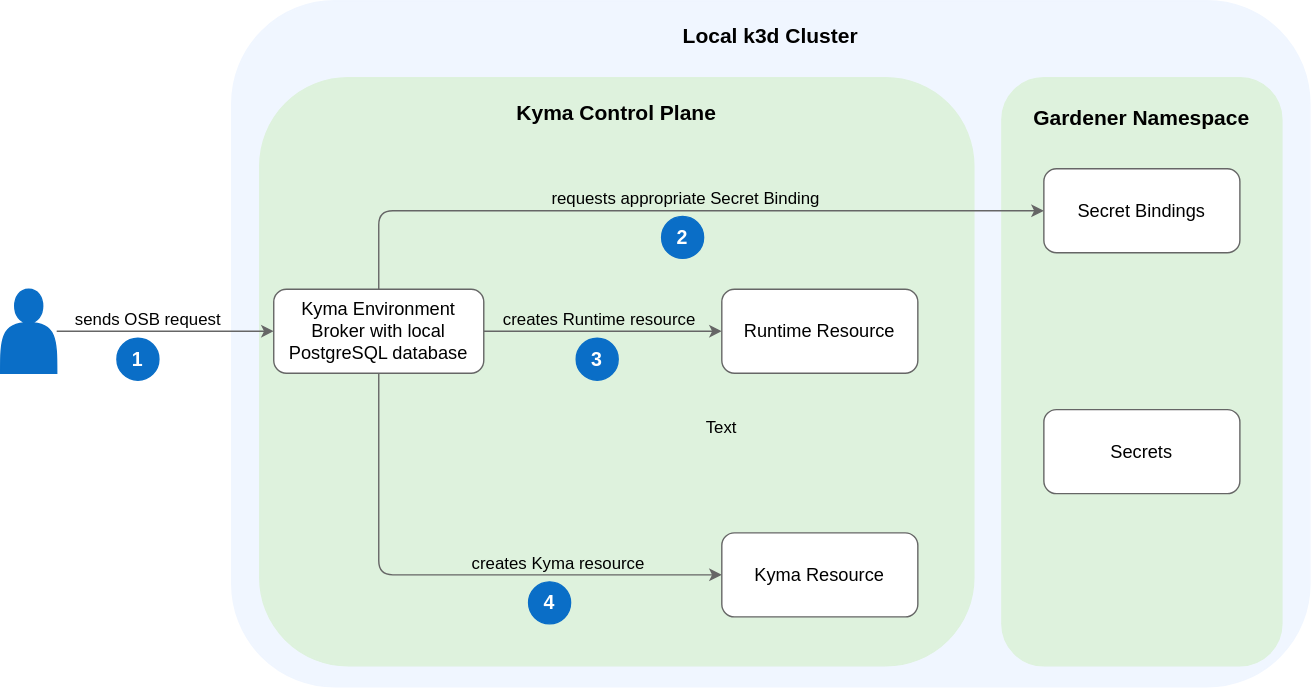
kyma-project/kyma-environment-broker keeps this draw.io diagram as docs/assets/local-keb-arch.drawio.svg. Above is the earlier version. Source tidied: cells renumbered, new cells last; positions are measured from the earlier drawing's top-left corner, leaving out a move shared by most shapes. Source of this version:
```xml
<mxGraphModel background="#ffffff">
  <root>
    <mxCell id="0" />
    <mxCell id="1" parent="0" />
    <mxCell id="2" style="rounded=1;whiteSpace=wrap;html=1;align=left;fillColor=#f0f6ff;strokeColor=#f0f6ff;verticalAlign=middle;labelPosition=right;verticalLabelPosition=middle;" parent="1" vertex="1">
      <mxGeometry x="165" width="770" height="490" as="geometry" />
    </mxCell>
    <mxCell id="3" style="rounded=1;whiteSpace=wrap;html=1;fontSize=13;fillColor=#def2dd;strokeColor=#def2dd;" parent="1" vertex="1">
      <mxGeometry x="185" y="55" width="510" height="420" as="geometry" />
    </mxCell>
    <mxCell id="4" value="&lt;span style=&quot;font-size: 15px;&quot;&gt;&lt;b&gt;Local k3d Cluster&lt;/b&gt;&lt;/span&gt;" style="text;html=1;strokeColor=none;fillColor=none;align=center;verticalAlign=middle;whiteSpace=wrap;rounded=0;fontSize=19;labelPosition=center;verticalLabelPosition=middle;" parent="1" vertex="1">
      <mxGeometry x="460" y="10" width="180" height="30" as="geometry" />
    </mxCell>
    <mxCell id="5" style="edgeStyle=orthogonalEdgeStyle;rounded=1;jettySize=auto;html=1;entryX=0;entryY=0.5;entryDx=0;entryDy=0;strokeColor=#666666;exitX=1;exitY=0.5;exitDx=0;exitDy=0;" parent="1" edge="1" source="9" target="16">
      <mxGeometry relative="1" as="geometry" />
    </mxCell>
    <mxCell id="6" value="&lt;font style=&quot;font-size: 12px;&quot;&gt;creates Runtime resource&amp;nbsp;&lt;/font&gt;" style="edgeLabel;html=1;align=center;verticalAlign=bottom;labelBackgroundColor=none;" parent="5" vertex="1">
      <mxGeometry x="0.41" y="1" relative="1" as="geometry">
        <mxPoint x="-37" y="1" as="offset" />
      </mxGeometry>
    </mxCell>
    <mxCell id="7" style="edgeStyle=orthogonalEdgeStyle;rounded=1;jettySize=auto;html=1;entryX=0;entryY=0.5;entryDx=0;entryDy=0;strokeColor=#666666;" parent="1" edge="1" source="9" target="20">
      <mxGeometry relative="1" as="geometry">
        <Array as="points">
          <mxPoint x="270" y="410" />
        </Array>
      </mxGeometry>
    </mxCell>
    <mxCell id="8" value="&lt;font style=&quot;font-size: 12px;&quot;&gt;creates Kyma resource&lt;/font&gt;" style="edgeLabel;html=1;align=center;verticalAlign=bottom;labelBackgroundColor=none;" parent="7" vertex="1">
      <mxGeometry x="0.39" relative="1" as="geometry" />
    </mxCell>
    <mxCell id="9" value="&lt;font style=&quot;font-size: 13px;&quot;&gt;Kyma Environment Broker with local PostgreSQL database&lt;/font&gt;" style="rounded=1;whiteSpace=wrap;html=1;strokeColor=#666666;" parent="1" vertex="1">
      <mxGeometry x="195" y="206" width="150" height="60" as="geometry" />
    </mxCell>
    <mxCell id="10" style="edgeStyle=orthogonalEdgeStyle;rounded=1;jettySize=auto;html=1;strokeColor=#666666;" parent="1" edge="1" source="11" target="9">
      <mxGeometry relative="1" as="geometry" />
    </mxCell>
    <mxCell id="11" style="shape=actor;whiteSpace=wrap;html=1;fillColor=#0a6ec7;strokeColor=#0a6ec7;" parent="1" vertex="1">
      <mxGeometry y="206" width="40" height="60" as="geometry" />
    </mxCell>
    <mxCell id="12" value="&lt;font color=&quot;#ffffff&quot; size=&quot;1&quot;&gt;&lt;b style=&quot;font-size: 14px;&quot;&gt;1&lt;/b&gt;&lt;/font&gt;" style="ellipse;whiteSpace=wrap;html=1;fontSize=12;fillColor=#0a6ec7;strokeColor=#0a6ec7;" parent="1" vertex="1">
      <mxGeometry x="83" y="241" width="30" height="30" as="geometry" />
    </mxCell>
    <mxCell id="13" value="sends OSB request" style="text;html=1;align=center;verticalAlign=middle;strokeColor=none;fillColor=none;" parent="1" vertex="1">
      <mxGeometry x="40" y="213" width="130" height="30" as="geometry" />
    </mxCell>
    <mxCell id="14" value="&lt;font color=&quot;#ffffff&quot; size=&quot;1&quot;&gt;&lt;b style=&quot;font-size: 14px;&quot;&gt;3&lt;/b&gt;&lt;/font&gt;" style="ellipse;whiteSpace=wrap;html=1;fontSize=12;fillColor=#0a6ec7;strokeColor=#0a6ec7;" parent="1" vertex="1">
      <mxGeometry x="411" y="241" width="30" height="30" as="geometry" />
    </mxCell>
    <mxCell id="15" value="&lt;font color=&quot;#ffffff&quot; size=&quot;1&quot;&gt;&lt;b style=&quot;font-size: 14px;&quot;&gt;4&lt;/b&gt;&lt;/font&gt;" style="ellipse;whiteSpace=wrap;html=1;fontSize=12;fillColor=#0a6ec7;strokeColor=#0a6ec7;" parent="1" vertex="1">
      <mxGeometry x="377" y="415" width="30" height="30" as="geometry" />
    </mxCell>
    <mxCell id="16" value="&lt;span style=&quot;font-size: 13px;&quot;&gt;Runtime Resource&lt;/span&gt;" style="rounded=1;whiteSpace=wrap;html=1;strokeColor=#666666;" parent="1" vertex="1">
      <mxGeometry x="515" y="206" width="140" height="60" as="geometry" />
    </mxCell>
    <mxCell id="17" style="rounded=1;whiteSpace=wrap;html=1;fontSize=13;fillColor=#def2dd;strokeColor=#def2dd;" parent="1" vertex="1">
      <mxGeometry x="715" y="55" width="200" height="420" as="geometry" />
    </mxCell>
    <mxCell id="18" value="&lt;span style=&quot;font-size: 15px;&quot;&gt;&lt;b&gt;Gardener Namespace&lt;/b&gt;&lt;/span&gt;" style="text;html=1;strokeColor=none;fillColor=none;align=center;verticalAlign=middle;whiteSpace=wrap;rounded=0;fontSize=19;labelPosition=center;verticalLabelPosition=middle;" parent="1" vertex="1">
      <mxGeometry x="725" y="65" width="180" height="37" as="geometry" />
    </mxCell>
    <mxCell id="19" value="&lt;span style=&quot;font-size: 15px;&quot;&gt;&lt;b&gt;Kyma Control Plane&lt;/b&gt;&lt;/span&gt;" style="text;html=1;strokeColor=none;fillColor=none;align=center;verticalAlign=middle;whiteSpace=wrap;rounded=0;fontSize=19;labelPosition=center;verticalLabelPosition=middle;" parent="1" vertex="1">
      <mxGeometry x="350" y="65" width="180" height="30" as="geometry" />
    </mxCell>
    <mxCell id="20" value="&lt;span style=&quot;font-size: 13px;&quot;&gt;Kyma Resource&lt;/span&gt;" style="rounded=1;whiteSpace=wrap;html=1;strokeColor=#666666;" parent="1" vertex="1">
      <mxGeometry x="515" y="380" width="140" height="60" as="geometry" />
    </mxCell>
    <mxCell id="21" value="&lt;span style=&quot;font-size: 13px;&quot;&gt;Secret Bindings&lt;/span&gt;" style="rounded=1;whiteSpace=wrap;html=1;strokeColor=#666666;" parent="1" vertex="1">
      <mxGeometry x="745" y="120" width="140" height="60" as="geometry" />
    </mxCell>
    <mxCell id="22" value="&lt;span style=&quot;font-size: 13px;&quot;&gt;Secrets&lt;/span&gt;" style="rounded=1;whiteSpace=wrap;html=1;strokeColor=#666666;" parent="1" vertex="1">
      <mxGeometry x="745" y="292" width="140" height="60" as="geometry" />
    </mxCell>
    <mxCell id="23" style="edgeStyle=orthogonalEdgeStyle;rounded=1;jettySize=auto;html=1;entryX=0;entryY=0.5;entryDx=0;entryDy=0;strokeColor=#666666;exitX=0.5;exitY=0;exitDx=0;exitDy=0;" parent="1" edge="1" source="9" target="21">
      <mxGeometry relative="1" as="geometry">
        <Array as="points">
          <mxPoint x="270" y="150" />
        </Array>
      </mxGeometry>
    </mxCell>
    <mxCell id="24" value="&lt;font style=&quot;font-size: 12px;&quot;&gt;requests appropriate Secret Binding&lt;/font&gt;" style="edgeLabel;html=1;align=center;verticalAlign=bottom;labelBackgroundColor=none;" parent="23" vertex="1">
      <mxGeometry x="0.39" relative="1" as="geometry">
        <mxPoint x="-96" as="offset" />
      </mxGeometry>
    </mxCell>
    <mxCell id="25" value="&lt;font color=&quot;#ffffff&quot; size=&quot;1&quot;&gt;&lt;b style=&quot;font-size: 14px;&quot;&gt;2&lt;/b&gt;&lt;/font&gt;" style="ellipse;whiteSpace=wrap;html=1;fontSize=12;fillColor=#0a6ec7;strokeColor=#0a6ec7;" parent="1" vertex="1">
      <mxGeometry x="472" y="154" width="30" height="30" as="geometry" />
    </mxCell>
    <mxCell id="26" value="Text" style="text;strokeColor=none;align=center;fillColor=none;html=1;verticalAlign=middle;whiteSpace=wrap;rounded=0;" parent="1" vertex="1">
      <mxGeometry x="485" y="290" width="60" height="30" as="geometry" />
    </mxCell>
  </root>
</mxGraphModel>
```
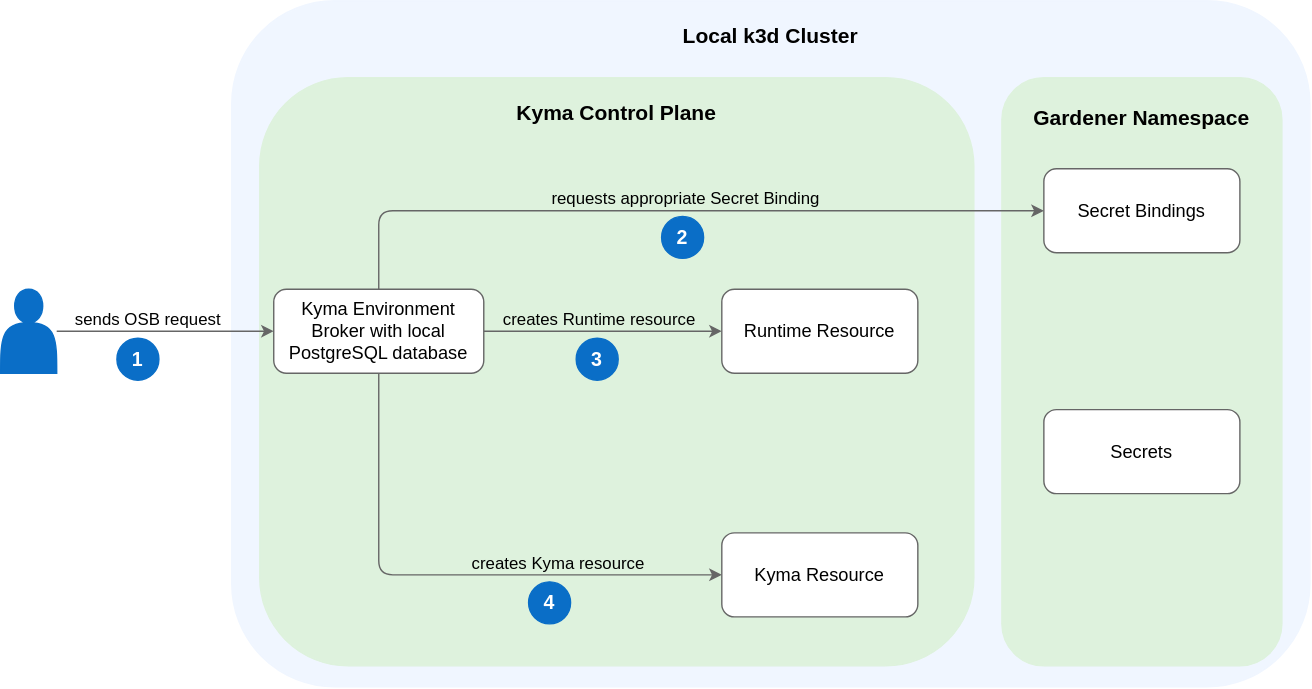
The same diagram one commit later.

Commit message:
Remove text field

What changed in the source:
```diff
@@ -86,8 +86,5 @@
     <mxCell id="25" value="&lt;font color=&quot;#ffffff&quot; size=&quot;1&quot;&gt;&lt;b style=&quot;font-size: 14px;&quot;&gt;2&lt;/b&gt;&lt;/font&gt;" style="ellipse;whiteSpace=wrap;html=1;fontSize=12;fillColor=#0a6ec7;strokeColor=#0a6ec7;" parent="1" vertex="1">
       <mxGeometry x="472" y="154" width="30" height="30" as="geometry" />
     </mxCell>
-    <mxCell id="26" value="Text" style="text;strokeColor=none;align=center;fillColor=none;html=1;verticalAlign=middle;whiteSpace=wrap;rounded=0;" parent="1" vertex="1">
-      <mxGeometry x="485" y="290" width="60" height="30" as="geometry" />
-    </mxCell>
   </root>
 </mxGraphModel>
```
